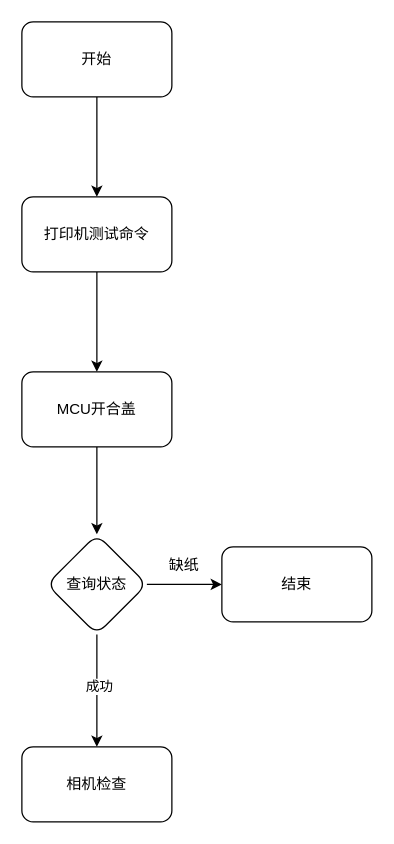
The draw.io diagram 自动化打印机测试流程.drawio in liangchaojiang/WindowsProject1, before the edit. Source tidied: cells renumbered, new cells numbered last; positions are measured from the earlier drawing's top-left corner, leaving out a move shared by most shapes. Both pictures are drawn from the tidied source at 125%, with x=0, y=0 at pixel (21, 21).
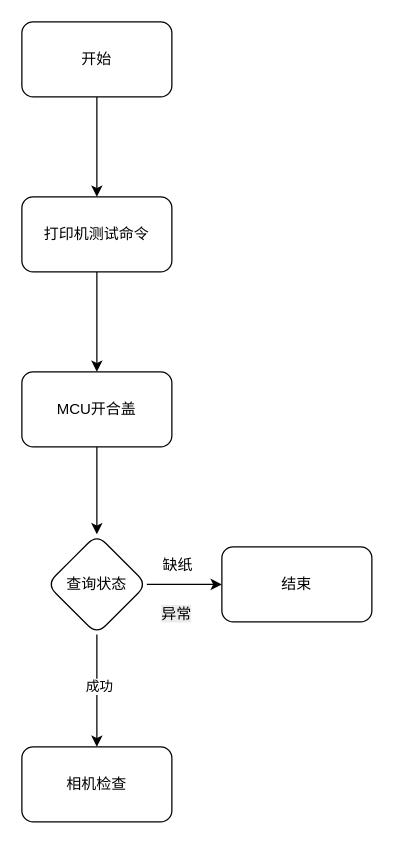
The same diagram, later.

Commit message:
更新自动化打印机测试流程.drawio

The edit, as a diff of the source:
```diff
@@
 <mxGraphModel>
   <root>
     <mxCell id="0" />
     <mxCell id="1" parent="0" />
     <mxCell id="2" style="edgeStyle=orthogonalEdgeStyle;rounded=0;jettySize=auto;html=1;" parent="1" edge="1" source="3" target="5">
       <mxGeometry relative="1" as="geometry" />
     </mxCell>
     <mxCell id="3" value="开始" style="rounded=1;whiteSpace=wrap;html=1;" parent="1" vertex="1">
       <mxGeometry width="120" height="60" as="geometry" />
     </mxCell>
     <mxCell id="4" style="edgeStyle=orthogonalEdgeStyle;rounded=0;jettySize=auto;html=1;" parent="1" edge="1" source="5" target="7">
       <mxGeometry relative="1" as="geometry" />
     </mxCell>
     <mxCell id="5" value="打印机测试命令" style="whiteSpace=wrap;html=1;rounded=1;" parent="1" vertex="1">
       <mxGeometry y="140" width="120" height="60" as="geometry" />
     </mxCell>
     <mxCell id="6" style="edgeStyle=orthogonalEdgeStyle;rounded=0;jettySize=auto;html=1;" parent="1" edge="1" source="7" target="11">
       <mxGeometry relative="1" as="geometry" />
     </mxCell>
     <mxCell id="7" value="MCU开合盖" style="whiteSpace=wrap;html=1;rounded=1;" parent="1" vertex="1">
       <mxGeometry y="280" width="120" height="60" as="geometry" />
     </mxCell>
     <mxCell id="8" style="edgeStyle=orthogonalEdgeStyle;rounded=0;jettySize=auto;html=1;" parent="1" edge="1" source="11" target="12">
       <mxGeometry relative="1" as="geometry" />
     </mxCell>
     <mxCell id="9" style="edgeStyle=orthogonalEdgeStyle;rounded=0;jettySize=auto;html=1;" parent="1" edge="1" source="11" target="14">
       <mxGeometry relative="1" as="geometry" />
     </mxCell>
     <mxCell id="10" value="成功" style="edgeLabel;html=1;align=center;verticalAlign=middle;" parent="9" vertex="1">
       <mxGeometry x="-0.09" y="1" relative="1" as="geometry" />
     </mxCell>
     <mxCell id="11" value="查询状态" style="rhombus;whiteSpace=wrap;html=1;rounded=1;" parent="1" vertex="1">
       <mxGeometry x="20" y="410" width="80" height="80" as="geometry" />
     </mxCell>
     <mxCell id="12" value="结束" style="whiteSpace=wrap;html=1;rounded=1;" parent="1" vertex="1">
       <mxGeometry x="160" y="420" width="120" height="60" as="geometry" />
     </mxCell>
     <mxCell id="13" value="缺纸" style="text;html=1;whiteSpace=wrap;strokeColor=none;fillColor=none;align=center;verticalAlign=middle;rounded=0;" parent="1" vertex="1">
-      <mxGeometry x="100" y="420" width="60" height="30" as="geometry" />
+      <mxGeometry x="95" y="420" width="60" height="30" as="geometry" />
     </mxCell>
     <mxCell id="14" value="相机检查" style="whiteSpace=wrap;html=1;rounded=1;" parent="1" vertex="1">
       <mxGeometry y="580" width="120" height="60" as="geometry" />
     </mxCell>
+    <mxCell id="15" value="&lt;span style=&quot;color: rgb(0, 0, 0); font-family: Helvetica; font-size: 12px; font-style: normal; font-variant-ligatures: normal; font-variant-caps: normal; font-weight: 400; letter-spacing: normal; orphans: 2; text-align: center; text-indent: 0px; text-transform: none; widows: 2; word-spacing: 0px; -webkit-text-stroke-width: 0px; white-space: normal; background-color: rgb(236, 236, 236); text-decoration-thickness: initial; text-decoration-style: initial; text-decoration-color: initial; float: none; display: inline !important;&quot;&gt;异常&lt;/span&gt;" style="text;whiteSpace=wrap;html=1;" parent="1" vertex="1">
+      <mxGeometry x="110" y="460" width="60" height="40" as="geometry" />
+    </mxCell>
   </root>
 </mxGraphModel>
```
